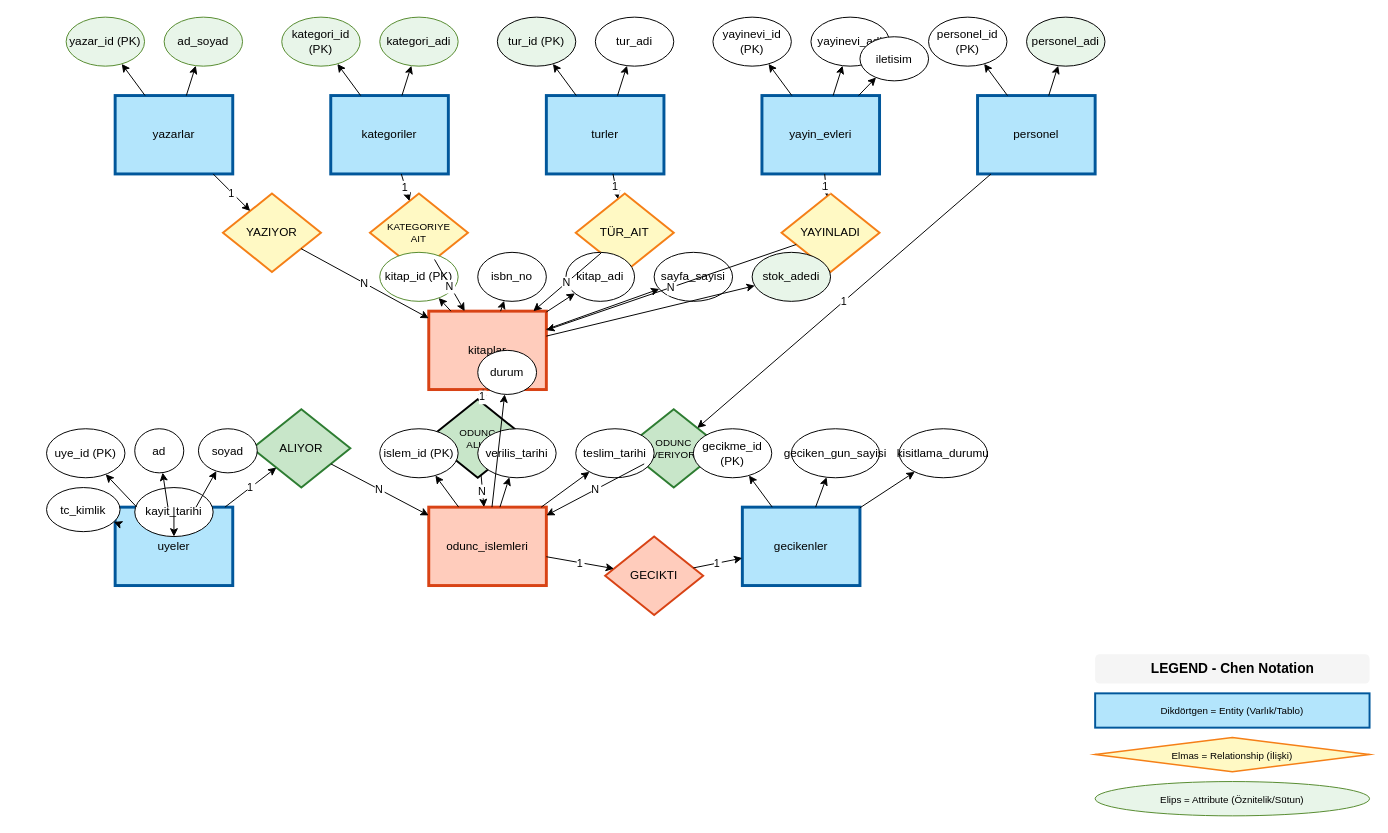
Dorcha0/UyarLib keeps this draw.io diagram as ER_Diagram_Chen_Notation.drawio. Above is the earlier version. Source tidied: cells renumbered, new cells numbered last; positions are measured from the earlier drawing's top-left corner, leaving out a move shared by most shapes. Both pictures are drawn from the tidied source at 98%, with x=0, y=0 at pixel (46, 17).
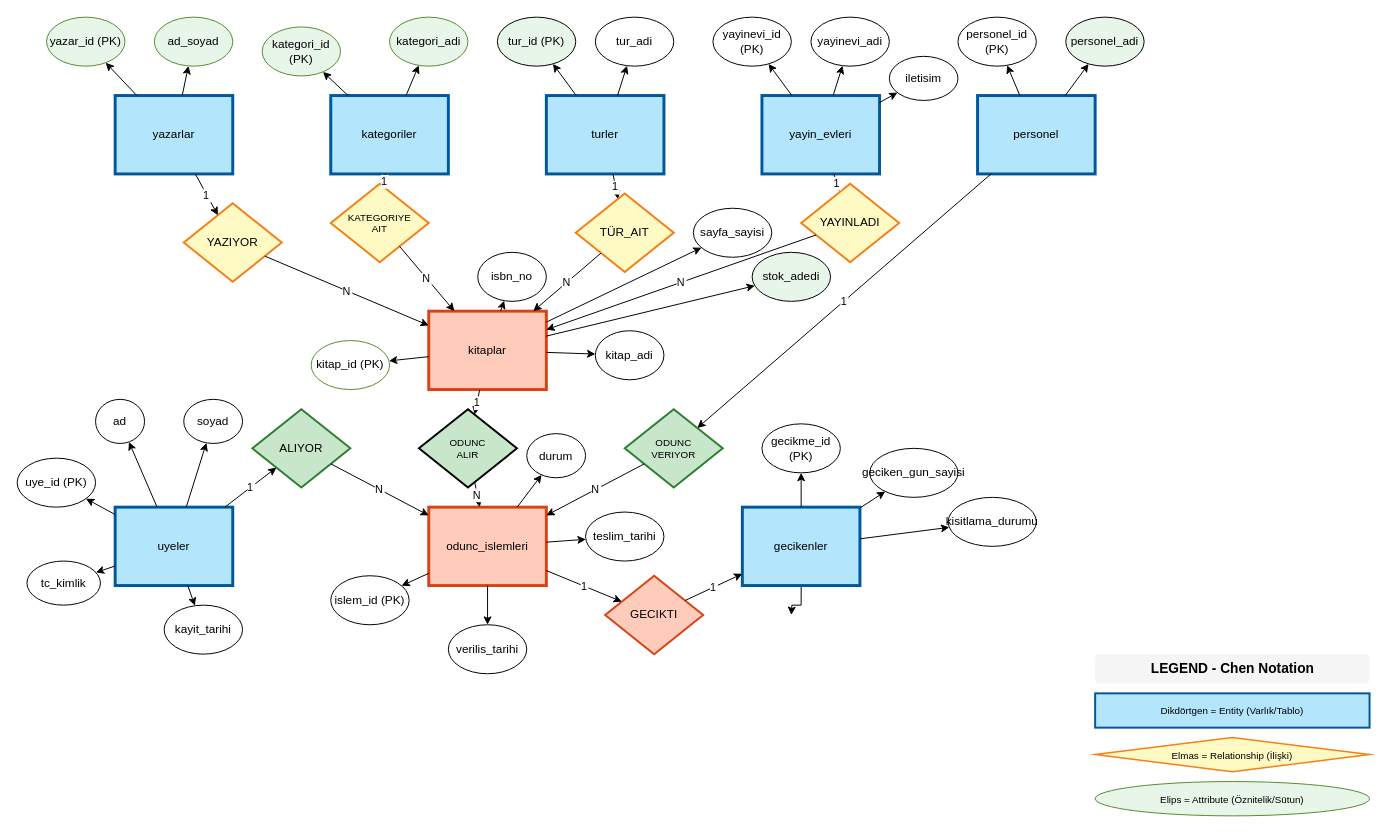
The same page after the edit.

The change refers to these unchanged cells:
```xml
<mxCell id="10" value="gecikenler" style="rounded=0;whiteSpace=wrap;html=1;fillColor=#b3e5fc;strokeColor=#01579b;strokeWidth=3;" parent="1" vertex="1">
  <mxGeometry x="710" y="500" width="120" height="80" as="geometry" />
</mxCell>
```

Diff of the diagram source:
```diff
@@
+    <mxCell id="95" style="edgeStyle=orthogonalEdgeStyle;rounded=0;jettySize=auto;html=1;" parent="1" edge="1" source="10">
+      <mxGeometry relative="1" as="geometry">
+        <mxPoint x="760" y="610" as="targetPoint" />
+      </mxGeometry>
+    </mxCell>
@@
     <mxCell id="11" value="YAZIYOR" style="rhombus;whiteSpace=wrap;html=1;fillColor=#fff9c4;strokeColor=#f57f17;strokeWidth=2;" parent="1" vertex="1">
-      <mxGeometry x="180" y="180" width="100" height="80" as="geometry" />
+      <mxGeometry x="140" y="190" width="100" height="80" as="geometry" />
     </mxCell>
     <mxCell id="12" value="KATEGORIYE&#10;AIT" style="rhombus;whiteSpace=wrap;html=1;fillColor=#fff9c4;strokeColor=#f57f17;strokeWidth=2;fontSize=10;" parent="1" vertex="1">
-      <mxGeometry x="330" y="180" width="100" height="80" as="geometry" />
+      <mxGeometry x="290" y="170" width="100" height="80" as="geometry" />
     </mxCell>
@@
     <mxCell id="14" value="YAYINLADI" style="rhombus;whiteSpace=wrap;html=1;fillColor=#fff9c4;strokeColor=#f57f17;strokeWidth=2;" parent="1" vertex="1">
-      <mxGeometry x="750" y="180" width="100" height="80" as="geometry" />
+      <mxGeometry x="770" y="170" width="100" height="80" as="geometry" />
     </mxCell>
@@
     <mxCell id="17" value="ODUNC&#10;ALIR" style="rhombus;whiteSpace=wrap;html=1;fillColor=#c8e6c9;strokeColor:#2e7d32;strokeWidth=2;fontSize=10;" parent="1" vertex="1">
-      <mxGeometry x="390" y="390" width="100" height="80" as="geometry" />
+      <mxGeometry x="380" y="400" width="100" height="80" as="geometry" />
     </mxCell>
     <mxCell id="18" value="GECIKTI" style="rhombus;whiteSpace=wrap;html=1;fillColor=#ffccbc;strokeColor=#d84315;strokeWidth=2;" parent="1" vertex="1">
-      <mxGeometry x="570" y="530" width="100" height="80" as="geometry" />
+      <mxGeometry x="570" y="570" width="100" height="80" as="geometry" />
     </mxCell>
     <mxCell id="19" value="yazar_id (PK)" style="ellipse;whiteSpace=wrap;html=1;fillColor=#e8f5e9;strokeColor=#558b2f;strokeWidth=1;" parent="1" vertex="1">
-      <mxGeometry x="20" width="80" height="50" as="geometry" />
+      <mxGeometry width="80" height="50" as="geometry" />
     </mxCell>
     <mxCell id="20" value="ad_soyad" style="ellipse;whiteSpace=wrap;html=1;fillColor=#e8f5e9;strokeColor=#558b2f;strokeWidth=1;" parent="1" vertex="1">
-      <mxGeometry x="120" width="80" height="50" as="geometry" />
+      <mxGeometry x="110" width="80" height="50" as="geometry" />
     </mxCell>
     <mxCell id="21" value="kategori_id (PK)" style="ellipse;whiteSpace=wrap;html=1;fillColor=#e8f5e9;strokeColor=#558b2f;strokeWidth=1;" parent="1" vertex="1">
-      <mxGeometry x="240" width="80" height="50" as="geometry" />
+      <mxGeometry x="220" y="10" width="80" height="50" as="geometry" />
     </mxCell>
     <mxCell id="22" value="kategori_adi" style="ellipse;whiteSpace=wrap;html=1;fillColor=#e8f5e9;strokeColor=#558b2f;strokeWidth=1;" parent="1" vertex="1">
-      <mxGeometry x="340" width="80" height="50" as="geometry" />
+      <mxGeometry x="350" width="80" height="50" as="geometry" />
     </mxCell>
@@
     <mxCell id="27" value="iletisim" style="ellipse;whiteSpace=wrap;html=1;fillColor:#e8f5e9;strokeColor:#558b2f;strokeWidth=1;" parent="1" vertex="1">
-      <mxGeometry x="830" y="20" width="70" height="45" as="geometry" />
+      <mxGeometry x="860" y="40" width="70" height="45" as="geometry" />
     </mxCell>
     <mxCell id="28" value="personel_id (PK)" style="ellipse;whiteSpace=wrap;html=1;fillColor:#e8f5e9;strokeColor:#558b2f;strokeWidth=1;" parent="1" vertex="1">
-      <mxGeometry x="900" width="80" height="50" as="geometry" />
+      <mxGeometry x="930" width="80" height="50" as="geometry" />
     </mxCell>
     <mxCell id="29" value="personel_adi" style="ellipse;whiteSpace=wrap;html=1;fillColor=#e8f5e9;strokeColor:#558b2f;strokeWidth=1;" parent="1" vertex="1">
-      <mxGeometry x="1000" width="80" height="50" as="geometry" />
+      <mxGeometry x="1040" width="80" height="50" as="geometry" />
     </mxCell>
     <mxCell id="30" value="kitap_id (PK)" style="ellipse;whiteSpace=wrap;html=1;fillColor:#e8f5e9;strokeColor=#558b2f;strokeWidth=1;" parent="1" vertex="1">
-      <mxGeometry x="340" y="240" width="80" height="50" as="geometry" />
+      <mxGeometry x="270" y="330" width="80" height="50" as="geometry" />
     </mxCell>
@@
     <mxCell id="32" value="kitap_adi" style="ellipse;whiteSpace=wrap;html=1;fillColor:#e8f5e9;strokeColor:#558b2f;strokeWidth=1;" parent="1" vertex="1">
-      <mxGeometry x="530" y="240" width="70" height="50" as="geometry" />
+      <mxGeometry x="560" y="320" width="70" height="50" as="geometry" />
     </mxCell>
     <mxCell id="33" value="sayfa_sayisi" style="ellipse;whiteSpace=wrap;html=1;fillColor:#e8f5e9;strokeColor:#558b2f;strokeWidth=1;" parent="1" vertex="1">
-      <mxGeometry x="620" y="240" width="80" height="50" as="geometry" />
+      <mxGeometry x="660" y="195" width="80" height="50" as="geometry" />
     </mxCell>
@@
     <mxCell id="35" value="uye_id (PK)" style="ellipse;whiteSpace=wrap;html=1;fillColor:#e8f5e9;strokeColor:#558b2f;strokeWidth=1;" parent="1" vertex="1">
-      <mxGeometry y="420" width="80" height="50" as="geometry" />
+      <mxGeometry x="-30" y="450" width="80" height="50" as="geometry" />
     </mxCell>
     <mxCell id="36" value="tc_kimlik" style="ellipse;whiteSpace=wrap;html=1;fillColor:#e8f5e9;strokeColor:#558b2f;strokeWidth=1;" parent="1" vertex="1">
-      <mxGeometry y="480" width="75" height="45" as="geometry" />
+      <mxGeometry x="-20" y="555" width="75" height="45" as="geometry" />
     </mxCell>
     <mxCell id="37" value="ad" style="ellipse;whiteSpace=wrap;html=1;fillColor:#e8f5e9;strokeColor:#558b2f;strokeWidth=1;" parent="1" vertex="1">
-      <mxGeometry x="90" y="420" width="50" height="45" as="geometry" />
+      <mxGeometry x="50" y="390" width="50" height="45" as="geometry" />
     </mxCell>
     <mxCell id="38" value="soyad" style="ellipse;whiteSpace=wrap;html=1;fillColor:#e8f5e9;strokeColor:#558b2f;strokeWidth=1;" parent="1" vertex="1">
-      <mxGeometry x="155" y="420" width="60" height="45" as="geometry" />
+      <mxGeometry x="140" y="390" width="60" height="45" as="geometry" />
     </mxCell>
     <mxCell id="39" value="kayit_tarihi" style="ellipse;whiteSpace=wrap;html=1;fillColor:#e8f5e9;strokeColor:#558b2f;strokeWidth=1;" parent="1" vertex="1">
-      <mxGeometry x="90" y="480" width="80" height="50" as="geometry" />
+      <mxGeometry x="120" y="600" width="80" height="50" as="geometry" />
     </mxCell>
     <mxCell id="40" value="islem_id (PK)" style="ellipse;whiteSpace=wrap;html=1;fillColor:#e8f5e9;strokeColor:#558b2f;strokeWidth=1;" parent="1" vertex="1">
-      <mxGeometry x="340" y="420" width="80" height="50" as="geometry" />
+      <mxGeometry x="290" y="570" width="80" height="50" as="geometry" />
     </mxCell>
     <mxCell id="41" value="verilis_tarihi" style="ellipse;whiteSpace=wrap;html=1;fillColor:#e8f5e9;strokeColor:#558b2f;strokeWidth=1;" parent="1" vertex="1">
-      <mxGeometry x="440" y="420" width="80" height="50" as="geometry" />
+      <mxGeometry x="410" y="620" width="80" height="50" as="geometry" />
     </mxCell>
     <mxCell id="42" value="teslim_tarihi" style="ellipse;whiteSpace=wrap;html=1;fillColor:#e8f5e9;strokeColor:#558b2f;strokeWidth=1;" parent="1" vertex="1">
-      <mxGeometry x="540" y="420" width="80" height="50" as="geometry" />
+      <mxGeometry x="550" y="505" width="80" height="50" as="geometry" />
     </mxCell>
     <mxCell id="43" value="durum" style="ellipse;whiteSpace=wrap;html=1;fillColor:#e8f5e9;strokeColor:#558b2f;strokeWidth=1;" parent="1" vertex="1">
-      <mxGeometry x="440" y="340" width="60" height="45" as="geometry" />
+      <mxGeometry x="490" y="425" width="60" height="45" as="geometry" />
     </mxCell>
     <mxCell id="44" value="gecikme_id (PK)" style="ellipse;whiteSpace=wrap;html=1;fillColor:#e8f5e9;strokeColor:#558b2f;strokeWidth=1;" parent="1" vertex="1">
-      <mxGeometry x="660" y="420" width="80" height="50" as="geometry" />
+      <mxGeometry x="730" y="415" width="80" height="50" as="geometry" />
     </mxCell>
     <mxCell id="45" value="geciken_gun_sayisi" style="ellipse;whiteSpace=wrap;html=1;fillColor:#e8f5e9;strokeColor:#558b2f;strokeWidth=1;" parent="1" vertex="1">
-      <mxGeometry x="760" y="420" width="90" height="50" as="geometry" />
+      <mxGeometry x="840" y="440" width="90" height="50" as="geometry" />
     </mxCell>
     <mxCell id="46" value="kisitlama_durumu" style="ellipse;whiteSpace=wrap;html=1;fillColor:#e8f5e9;strokeColor:#558b2f;strokeWidth=1;" parent="1" vertex="1">
-      <mxGeometry x="870" y="420" width="90" height="50" as="geometry" />
+      <mxGeometry x="920" y="490" width="90" height="50" as="geometry" />
     </mxCell>
```
